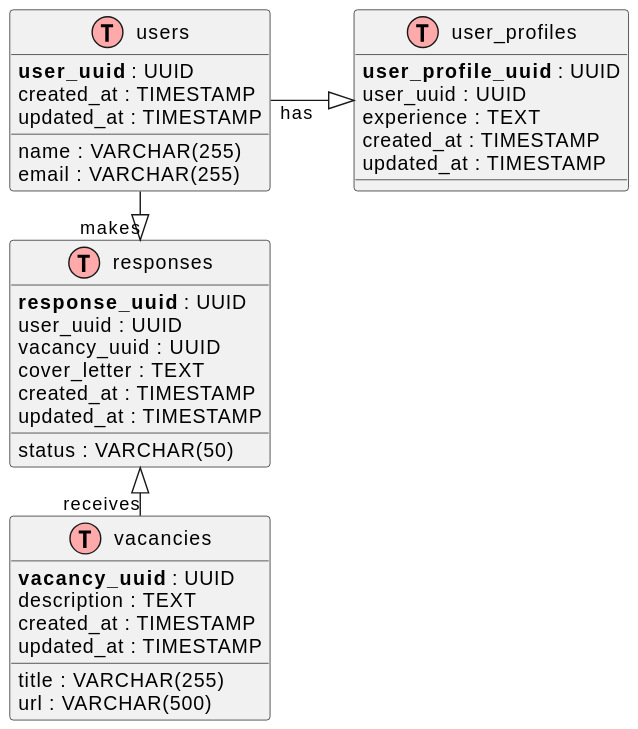
sbilibin2017/bil_hh_agent keeps this PlantUML diagram as docs/db.svg. Above is the earlier version. Source of this version:
```plantuml
@startuml
left to right direction

skinparam linetype ortho

!define table(x) class x << (T,#FFAAAA) >>
!define primary_key(x) <b>x</b>

table(users) {
    primary_key(user_uuid) : UUID
    name : VARCHAR(255)
    email : VARCHAR(255)
    created_at : TIMESTAMP
    updated_at : TIMESTAMP
}

table(vacancies) {
    primary_key(vacancy_uuid) : UUID
    title : VARCHAR(255)
    description : TEXT
    url : VARCHAR(500)
    created_at : TIMESTAMP
    updated_at : TIMESTAMP
}

table(user_profiles) {
    primary_key(user_profile_uuid) : UUID
    user_uuid : UUID
    experience : TEXT
    created_at : TIMESTAMP
    updated_at : TIMESTAMP
}

table(responses) {
    primary_key(response_uuid) : UUID
    user_uuid : UUID
    vacancy_uuid : UUID
    cover_letter : TEXT
    status : VARCHAR(50)
    created_at : TIMESTAMP
    updated_at : TIMESTAMP
}

users -down-|> user_profiles : has
users -right-|> responses : makes
vacancies -left-|> responses : receives
@enduml
```
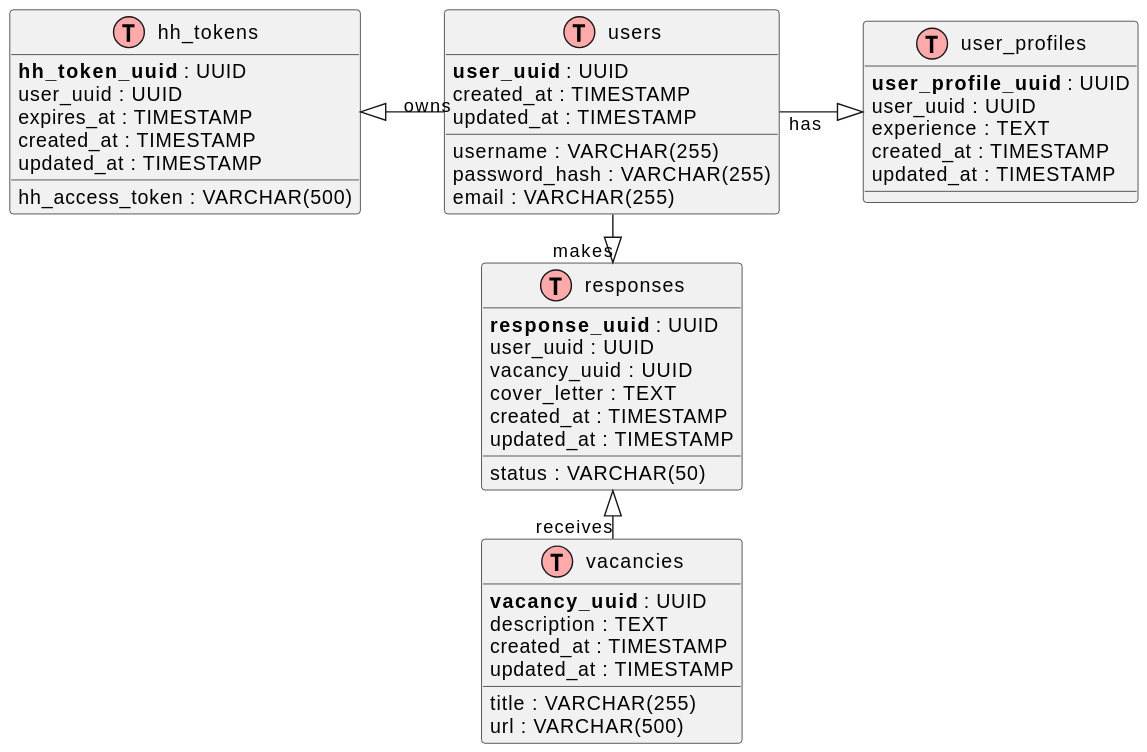
After the commit.

The edit, as a diff of the source:
```diff
@@ -8,7 +8,8 @@
 
 table(users) {
     primary_key(user_uuid) : UUID
-    name : VARCHAR(255)
+    username : VARCHAR(255)
+    password_hash : VARCHAR(255)
     email : VARCHAR(255)
     created_at : TIMESTAMP
     updated_at : TIMESTAMP
@@ -41,7 +42,17 @@
     updated_at : TIMESTAMP
 }
 
+table(hh_tokens) {
+    primary_key(hh_token_uuid) : UUID
+    user_uuid : UUID
+    hh_access_token : VARCHAR(500)
+    expires_at : TIMESTAMP
+    created_at : TIMESTAMP
+    updated_at : TIMESTAMP
+}
+
 users -down-|> user_profiles : has
 users -right-|> responses : makes
 vacancies -left-|> responses : receives
+users -up-|> hh_tokens : owns
 @enduml
```
